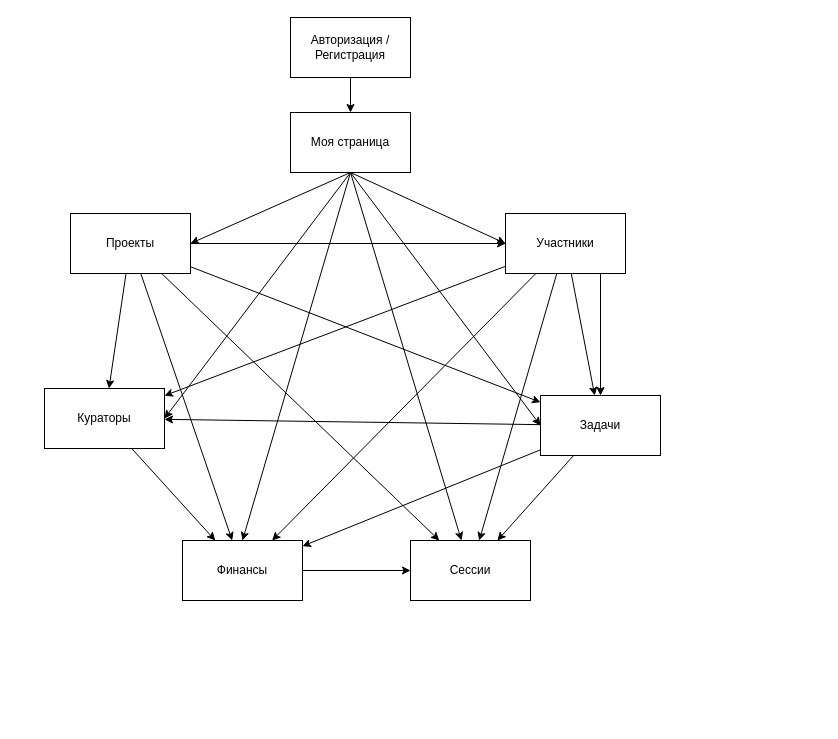
Before: Структурная схема.drawio in AvipoStar/EOIS-FRONT, a draw.io diagram. Source tidied: cells renumbered, new cells numbered last; positions are measured from the earlier drawing's top-left corner, leaving out a move shared by most shapes. Both pictures are drawn from the tidied source at 100%, with x=0, y=0 at pixel (44, 17).
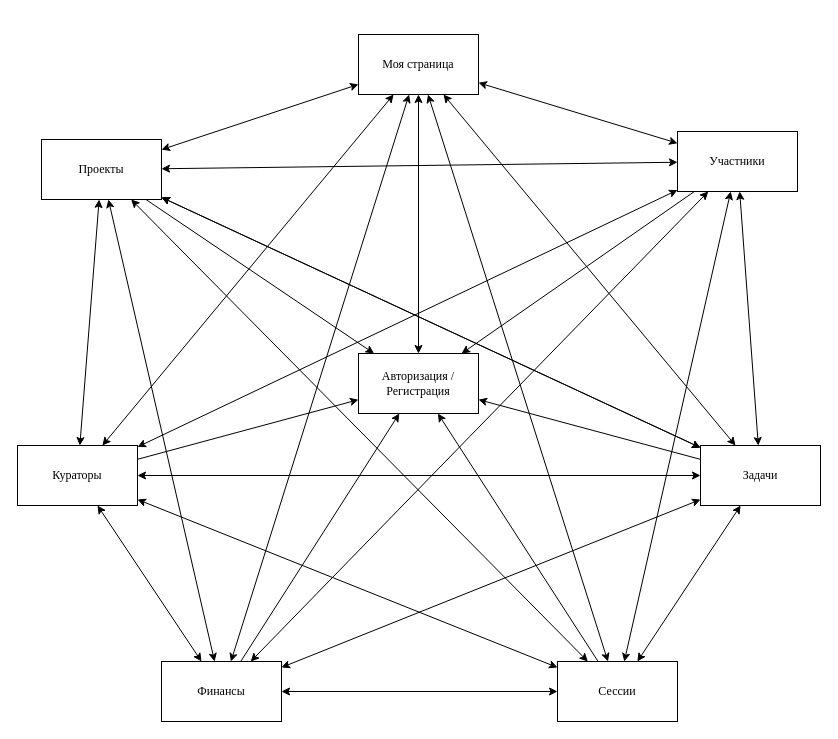
The same diagram, later.

Diff of the diagram source:
```diff
@@
-    <mxCell id="2" style="edgeStyle=orthogonalEdgeStyle;rounded=0;jettySize=auto;html=1;entryX=0.5;entryY=0;entryDx=0;entryDy=0;" parent="1" edge="1" source="3" target="10">
+    <mxCell id="2" style="rounded=0;jettySize=auto;html=1;strokeWidth=1;startArrow=classic;startFill=1;fontFamily=Liberation Serif;" parent="1" edge="1" source="3" target="10">
       <mxGeometry relative="1" as="geometry" />
     </mxCell>
-    <mxCell id="3" value="Авторизация / Регистрация" style="rounded=0;whiteSpace=wrap;html=1;" parent="1" vertex="1">
-      <mxGeometry x="246" width="120" height="60" as="geometry" />
+    <mxCell id="3" value="Авторизация / Регистрация" style="rounded=0;whiteSpace=wrap;html=1;fontFamily=Liberation Serif;" parent="1" vertex="1">
+      <mxGeometry x="314" y="336" width="120" height="60" as="geometry" />
     </mxCell>
-    <mxCell id="4" style="rounded=0;jettySize=auto;html=1;entryX=1;entryY=0.5;entryDx=0;entryDy=0;exitX=0.5;exitY=1;exitDx=0;exitDy=0;" parent="1" edge="1" source="10" target="17">
+    <mxCell id="4" style="rounded=0;jettySize=auto;html=1;strokeWidth=1;startArrow=classic;startFill=1;fontFamily=Liberation Serif;" parent="1" edge="1" source="10" target="17">
       <mxGeometry relative="1" as="geometry" />
     </mxCell>
-    <mxCell id="5" style="rounded=0;jettySize=auto;html=1;exitX=0.5;exitY=1;exitDx=0;exitDy=0;entryX=0;entryY=0.5;entryDx=0;entryDy=0;" parent="1" edge="1" source="10" target="31">
+    <mxCell id="5" style="rounded=0;jettySize=auto;html=1;strokeWidth=1;startArrow=classic;startFill=1;fontFamily=Liberation Serif;" parent="1" edge="1" source="10" target="31">
       <mxGeometry relative="1" as="geometry" />
     </mxCell>
-    <mxCell id="6" style="rounded=0;jettySize=auto;html=1;entryX=1;entryY=0.5;entryDx=0;entryDy=0;exitX=0.5;exitY=1;exitDx=0;exitDy=0;" parent="1" edge="1" source="10" target="19">
+    <mxCell id="6" style="rounded=0;jettySize=auto;html=1;strokeWidth=1;startArrow=classic;startFill=1;fontFamily=Liberation Serif;" parent="1" edge="1" source="10" target="19">
       <mxGeometry relative="1" as="geometry" />
     </mxCell>
-    <mxCell id="7" style="rounded=0;jettySize=auto;html=1;entryX=0.5;entryY=0;entryDx=0;entryDy=0;exitX=0.5;exitY=1;exitDx=0;exitDy=0;" parent="1" edge="1" source="10" target="21">
+    <mxCell id="7" style="rounded=0;jettySize=auto;html=1;strokeWidth=1;startArrow=classic;startFill=1;fontFamily=Liberation Serif;" parent="1" edge="1" source="10" target="21">
       <mxGeometry relative="1" as="geometry" />
     </mxCell>
-    <mxCell id="8" style="rounded=0;jettySize=auto;html=1;exitX=0.5;exitY=1;exitDx=0;exitDy=0;" parent="1" edge="1" source="10" target="26">
+    <mxCell id="8" style="rounded=0;jettySize=auto;html=1;strokeWidth=1;startArrow=classic;startFill=1;fontFamily=Liberation Serif;" parent="1" edge="1" source="10" target="26">
       <mxGeometry relative="1" as="geometry" />
     </mxCell>
-    <mxCell id="9" style="rounded=0;jettySize=auto;html=1;entryX=0;entryY=0.5;entryDx=0;entryDy=0;exitX=0.5;exitY=1;exitDx=0;exitDy=0;" parent="1" edge="1" source="10" target="25">
+    <mxCell id="9" style="rounded=0;jettySize=auto;html=1;strokeWidth=1;startArrow=classic;startFill=1;fontFamily=Liberation Serif;" parent="1" edge="1" source="10" target="25">
       <mxGeometry relative="1" as="geometry" />
     </mxCell>
-    <mxCell id="10" value="Моя страница" style="rounded=0;whiteSpace=wrap;html=1;" parent="1" vertex="1">
-      <mxGeometry x="246" y="95" width="120" height="60" as="geometry" />
+    <mxCell id="10" value="Моя страница" style="rounded=0;whiteSpace=wrap;html=1;fontFamily=Liberation Serif;" parent="1" vertex="1">
+      <mxGeometry x="314" y="17" width="120" height="60" as="geometry" />
     </mxCell>
-    <mxCell id="11" style="edgeStyle=orthogonalEdgeStyle;rounded=0;jettySize=auto;html=1;" parent="1" edge="1" source="17" target="31">
+    <mxCell id="11" style="rounded=0;jettySize=auto;html=1;strokeWidth=1;startArrow=classic;startFill=1;fontFamily=Liberation Serif;" parent="1" edge="1" source="17" target="31">
       <mxGeometry relative="1" as="geometry" />
     </mxCell>
-    <mxCell id="12" style="edgeStyle=orthogonalEdgeStyle;rounded=0;jettySize=auto;html=1;" parent="1" edge="1" source="17" target="25">
+    <mxCell id="12" style="rounded=0;jettySize=auto;html=1;strokeWidth=1;startArrow=classic;startFill=1;fontFamily=Liberation Serif;" parent="1" edge="1" source="17" target="25">
       <mxGeometry relative="1" as="geometry" />
     </mxCell>
-    <mxCell id="13" style="rounded=0;jettySize=auto;html=1;" parent="1" edge="1" source="17" target="26">
+    <mxCell id="13" style="rounded=0;jettySize=auto;html=1;strokeWidth=1;startArrow=classic;startFill=1;fontFamily=Liberation Serif;" parent="1" edge="1" source="17" target="26">
       <mxGeometry relative="1" as="geometry" />
     </mxCell>
-    <mxCell id="14" style="rounded=0;jettySize=auto;html=1;" parent="1" edge="1" source="17" target="21">
+    <mxCell id="14" style="rounded=0;jettySize=auto;html=1;strokeWidth=1;startArrow=classic;startFill=1;fontFamily=Liberation Serif;" parent="1" edge="1" source="17" target="21">
       <mxGeometry relative="1" as="geometry" />
     </mxCell>
-    <mxCell id="15" style="rounded=0;jettySize=auto;html=1;" parent="1" edge="1" source="17" target="19">
+    <mxCell id="15" style="rounded=0;jettySize=auto;html=1;strokeWidth=1;startArrow=classic;startFill=1;fontFamily=Liberation Serif;" parent="1" edge="1" source="17" target="19">
       <mxGeometry relative="1" as="geometry" />
     </mxCell>
-    <mxCell id="16" style="rounded=0;jettySize=auto;html=1;" parent="1" edge="1" source="17" target="25">
+    <mxCell id="16" style="rounded=0;jettySize=auto;html=1;strokeWidth=1;startArrow=classic;startFill=1;fontFamily=Liberation Serif;" parent="1" edge="1" source="17" target="25">
       <mxGeometry relative="1" as="geometry" />
     </mxCell>
+    <mxCell id="32" style="rounded=0;jettySize=auto;html=1;fontFamily=Liberation Serif;" parent="1" edge="1" source="17" target="3">
+      <mxGeometry relative="1" as="geometry" />
+    </mxCell>
-    <mxCell id="17" value="Проекты" style="rounded=0;whiteSpace=wrap;html=1;" parent="1" vertex="1">
-      <mxGeometry x="26" y="196" width="120" height="60" as="geometry" />
+    <mxCell id="17" value="Проекты" style="rounded=0;whiteSpace=wrap;html=1;fontFamily=Liberation Serif;" parent="1" vertex="1">
+      <mxGeometry x="-3" y="122" width="120" height="60" as="geometry" />
     </mxCell>
-    <mxCell id="18" style="rounded=0;jettySize=auto;html=1;" parent="1" edge="1" source="19" target="21">
+    <mxCell id="18" style="rounded=0;jettySize=auto;html=1;strokeWidth=1;startArrow=classic;startFill=1;fontFamily=Liberation Serif;" parent="1" edge="1" source="19" target="21">
       <mxGeometry relative="1" as="geometry" />
     </mxCell>
+    <mxCell id="33" style="rounded=0;jettySize=auto;html=1;fontFamily=Liberation Serif;" parent="1" edge="1" source="19" target="3">
+      <mxGeometry relative="1" as="geometry" />
+    </mxCell>
-    <mxCell id="19" value="Кураторы" style="rounded=0;whiteSpace=wrap;html=1;" parent="1" vertex="1">
-      <mxGeometry y="371" width="120" height="60" as="geometry" />
+    <mxCell id="19" value="Кураторы" style="rounded=0;whiteSpace=wrap;html=1;fontFamily=Liberation Serif;" parent="1" vertex="1">
+      <mxGeometry x="-27" y="428" width="120" height="60" as="geometry" />
     </mxCell>
-    <mxCell id="20" style="rounded=0;jettySize=auto;html=1;" parent="1" edge="1" source="21" target="26">
+    <mxCell id="20" style="rounded=0;jettySize=auto;html=1;strokeWidth=1;startArrow=classic;startFill=1;fontFamily=Liberation Serif;" parent="1" edge="1" source="21" target="26">
       <mxGeometry relative="1" as="geometry" />
     </mxCell>
+    <mxCell id="34" style="rounded=0;jettySize=auto;html=1;fontFamily=Liberation Serif;" parent="1" edge="1" source="21" target="3">
+      <mxGeometry relative="1" as="geometry" />
+    </mxCell>
-    <mxCell id="21" value="Финансы" style="rounded=0;whiteSpace=wrap;html=1;" parent="1" vertex="1">
-      <mxGeometry x="138" y="523" width="120" height="60" as="geometry" />
+    <mxCell id="21" value="Финансы" style="rounded=0;whiteSpace=wrap;html=1;fontFamily=Liberation Serif;" parent="1" vertex="1">
+      <mxGeometry x="117" y="644" width="120" height="60" as="geometry" />
     </mxCell>
-    <mxCell id="22" style="rounded=0;jettySize=auto;html=1;" parent="1" edge="1" source="25" target="26">
+    <mxCell id="22" style="rounded=0;jettySize=auto;html=1;strokeWidth=1;startArrow=classic;startFill=1;fontFamily=Liberation Serif;" parent="1" edge="1" source="25" target="26">
       <mxGeometry relative="1" as="geometry" />
     </mxCell>
-    <mxCell id="23" style="rounded=0;jettySize=auto;html=1;" parent="1" edge="1" source="25" target="21">
+    <mxCell id="23" style="rounded=0;jettySize=auto;html=1;strokeWidth=1;startArrow=classic;startFill=1;fontFamily=Liberation Serif;" parent="1" edge="1" source="25" target="21">
       <mxGeometry relative="1" as="geometry" />
     </mxCell>
-    <mxCell id="24" style="rounded=0;jettySize=auto;html=1;" parent="1" edge="1" source="25" target="19">
+    <mxCell id="24" style="rounded=0;jettySize=auto;html=1;strokeWidth=1;startArrow=classic;startFill=1;fontFamily=Liberation Serif;" parent="1" edge="1" source="25" target="19">
       <mxGeometry relative="1" as="geometry" />
     </mxCell>
+    <mxCell id="35" style="rounded=0;jettySize=auto;html=1;fontFamily=Liberation Serif;" parent="1" edge="1" source="25" target="3">
+      <mxGeometry relative="1" as="geometry" />
+    </mxCell>
-    <mxCell id="25" value="Задачи" style="rounded=0;whiteSpace=wrap;html=1;" parent="1" vertex="1">
-      <mxGeometry x="496" y="378" width="120" height="60" as="geometry" />
+    <mxCell id="25" value="Задачи" style="rounded=0;whiteSpace=wrap;html=1;fontFamily=Liberation Serif;" parent="1" vertex="1">
+      <mxGeometry x="656" y="428" width="120" height="60" as="geometry" />
     </mxCell>
+    <mxCell id="36" style="rounded=0;jettySize=auto;html=1;startArrow=classic;startFill=1;fontFamily=Liberation Serif;" parent="1" edge="1" source="26" target="19">
+      <mxGeometry relative="1" as="geometry" />
+    </mxCell>
+    <mxCell id="37" style="rounded=0;jettySize=auto;html=1;fontFamily=Liberation Serif;" parent="1" edge="1" source="26" target="3">
+      <mxGeometry relative="1" as="geometry" />
+    </mxCell>
-    <mxCell id="26" value="Сессии" style="rounded=0;whiteSpace=wrap;html=1;" parent="1" vertex="1">
-      <mxGeometry x="366" y="523" width="120" height="60" as="geometry" />
+    <mxCell id="26" value="Сессии" style="rounded=0;whiteSpace=wrap;html=1;fontFamily=Liberation Serif;" parent="1" vertex="1">
+      <mxGeometry x="513" y="644" width="120" height="60" as="geometry" />
     </mxCell>
-    <mxCell id="27" style="rounded=0;jettySize=auto;html=1;" parent="1" edge="1" source="31" target="19">
+    <mxCell id="27" style="rounded=0;jettySize=auto;html=1;strokeWidth=1;startArrow=classic;startFill=1;fontFamily=Liberation Serif;" parent="1" edge="1" source="31" target="19">
       <mxGeometry relative="1" as="geometry" />
     </mxCell>
-    <mxCell id="28" style="rounded=0;jettySize=auto;html=1;" parent="1" edge="1" source="31" target="21">
+    <mxCell id="28" style="rounded=0;jettySize=auto;html=1;strokeWidth=1;startArrow=classic;startFill=1;fontFamily=Liberation Serif;" parent="1" edge="1" source="31" target="21">
       <mxGeometry relative="1" as="geometry" />
     </mxCell>
-    <mxCell id="29" style="rounded=0;jettySize=auto;html=1;" parent="1" edge="1" source="31" target="26">
+    <mxCell id="29" style="rounded=0;jettySize=auto;html=1;strokeWidth=1;startArrow=classic;startFill=1;fontFamily=Liberation Serif;" parent="1" edge="1" source="31" target="26">
       <mxGeometry relative="1" as="geometry" />
     </mxCell>
-    <mxCell id="30" style="rounded=0;jettySize=auto;html=1;" parent="1" edge="1" source="31" target="25">
+    <mxCell id="30" style="rounded=0;jettySize=auto;html=1;strokeWidth=1;startArrow=classic;startFill=1;fontFamily=Liberation Serif;" parent="1" edge="1" source="31" target="25">
       <mxGeometry relative="1" as="geometry" />
     </mxCell>
+    <mxCell id="38" style="rounded=0;jettySize=auto;html=1;fontFamily=Liberation Serif;" parent="1" edge="1" source="31" target="3">
+      <mxGeometry relative="1" as="geometry" />
+    </mxCell>
-    <mxCell id="31" value="Участники" style="rounded=0;whiteSpace=wrap;html=1;" parent="1" vertex="1">
-      <mxGeometry x="461" y="196" width="120" height="60" as="geometry" />
+    <mxCell id="31" value="Участники" style="rounded=0;whiteSpace=wrap;html=1;fontFamily=Liberation Serif;" parent="1" vertex="1">
+      <mxGeometry x="633" y="114" width="120" height="60" as="geometry" />
     </mxCell>
```
